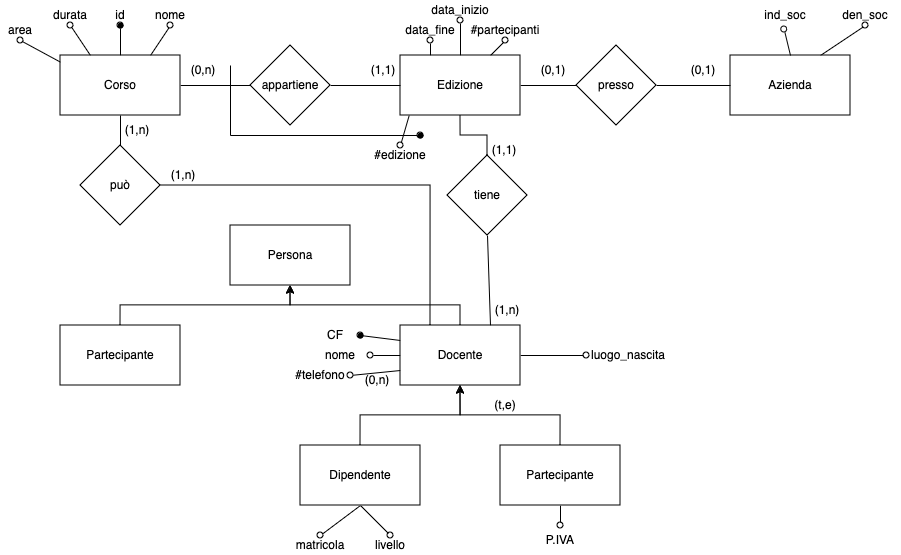
GekkeijuITA/BD keeps this draw.io diagram as Esercitazione2.drawio.png. Above is the earlier version. Source tidied: cells renumbered, new cells last; positions are measured from the earlier drawing's top-left corner, leaving out a move shared by most shapes.
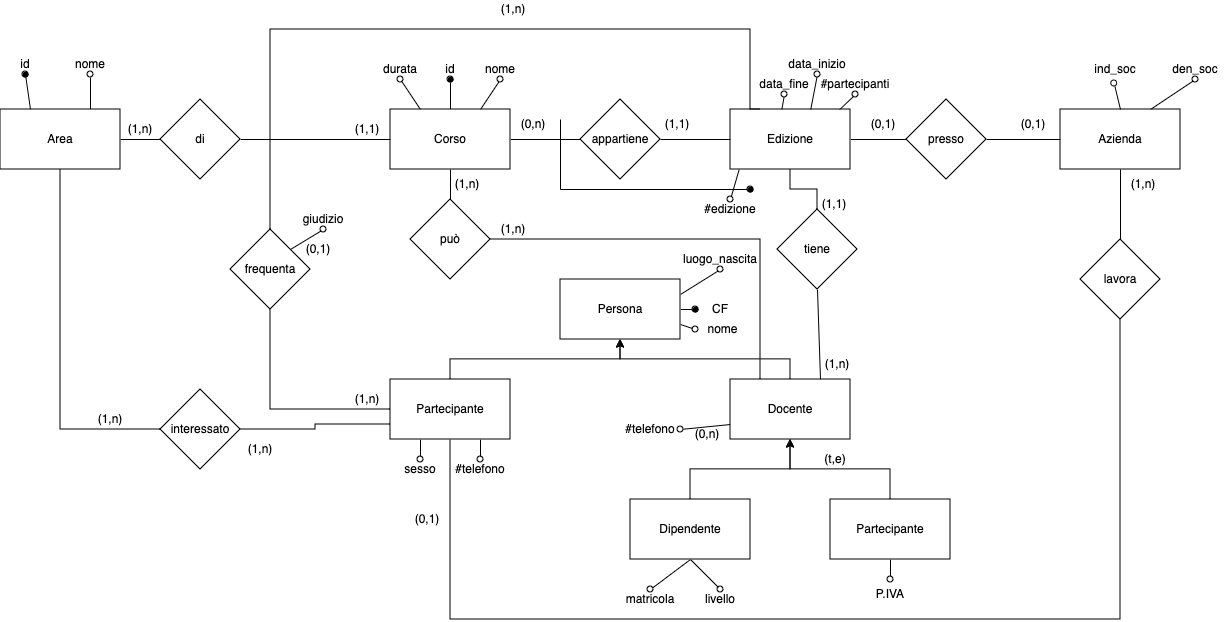
After the commit.

What changed in the source:
```diff
@@ -5,16 +5,36 @@
     <mxCell id="2" style="edgeStyle=orthogonalEdgeStyle;rounded=0;jettySize=auto;html=1;exitX=0.5;exitY=0;exitDx=0;exitDy=0;entryX=0.5;entryY=1;entryDx=0;entryDy=0;" parent="1" edge="1" source="3" target="24">
       <mxGeometry relative="1" as="geometry" />
     </mxCell>
+    <mxCell id="72" style="rounded=0;jettySize=auto;html=1;exitX=0.75;exitY=1;exitDx=0;exitDy=0;entryX=0.5;entryY=0;entryDx=0;entryDy=0;endArrow=oval;endFill=0;" parent="1" edge="1" source="3" target="77">
+      <mxGeometry relative="1" as="geometry" />
+    </mxCell>
+    <mxCell id="73" style="edgeStyle=orthogonalEdgeStyle;rounded=0;jettySize=auto;html=1;exitX=0.25;exitY=1;exitDx=0;exitDy=0;entryX=0.5;entryY=0;entryDx=0;entryDy=0;endArrow=oval;endFill=0;" parent="1" edge="1" source="3" target="78">
+      <mxGeometry relative="1" as="geometry" />
+    </mxCell>
+    <mxCell id="74" style="edgeStyle=orthogonalEdgeStyle;rounded=0;jettySize=auto;html=1;exitX=0;exitY=0.5;exitDx=0;exitDy=0;entryX=0.5;entryY=1;entryDx=0;entryDy=0;endArrow=none;endFill=0;" parent="1" edge="1" source="3" target="81">
+      <mxGeometry relative="1" as="geometry" />
+    </mxCell>
+    <mxCell id="75" style="edgeStyle=orthogonalEdgeStyle;rounded=0;jettySize=auto;html=1;exitX=0.5;exitY=1;exitDx=0;exitDy=0;entryX=0.5;entryY=1;entryDx=0;entryDy=0;endArrow=none;endFill=0;" parent="1" edge="1" source="3" target="83">
+      <mxGeometry relative="1" as="geometry">
+        <Array as="points">
+          <mxPoint x="120" y="565" />
+          <mxPoint x="790" y="565" />
+        </Array>
+      </mxGeometry>
+    </mxCell>
+    <mxCell id="76" style="edgeStyle=orthogonalEdgeStyle;rounded=0;jettySize=auto;html=1;exitX=0;exitY=0.75;exitDx=0;exitDy=0;entryX=1;entryY=0.5;entryDx=0;entryDy=0;endArrow=none;endFill=0;" parent="1" edge="1" source="3" target="101">
+      <mxGeometry relative="1" as="geometry" />
+    </mxCell>
     <mxCell id="3" value="Partecipante" style="rounded=0;whiteSpace=wrap;html=1;" parent="1" vertex="1">
       <mxGeometry x="60" y="325" width="120" height="60" as="geometry" />
     </mxCell>
-    <mxCell id="4" style="rounded=0;jettySize=auto;html=1;exitX=0.25;exitY=0;exitDx=0;exitDy=0;entryX=0.5;entryY=1;entryDx=0;entryDy=0;endArrow=oval;endFill=0;" parent="1" edge="1" source="9" target="33">
+    <mxCell id="4" style="rounded=0;jettySize=auto;html=1;exitX=0.428;exitY=0;exitDx=0;exitDy=0;entryX=0.5;entryY=1;entryDx=0;entryDy=0;endArrow=oval;endFill=0;exitPerimeter=0;" parent="1" edge="1" source="9" target="33">
       <mxGeometry relative="1" as="geometry" />
     </mxCell>
-    <mxCell id="5" style="rounded=0;jettySize=auto;html=1;exitX=0.5;exitY=0;exitDx=0;exitDy=0;entryX=0.5;entryY=1;entryDx=0;entryDy=0;endArrow=oval;endFill=0;" parent="1" edge="1" source="9" target="32">
+    <mxCell id="5" style="rounded=0;jettySize=auto;html=1;exitX=0.668;exitY=0.008;exitDx=0;exitDy=0;entryX=0.5;entryY=1;entryDx=0;entryDy=0;endArrow=oval;endFill=0;exitPerimeter=0;" parent="1" edge="1" source="9" target="32">
       <mxGeometry relative="1" as="geometry" />
     </mxCell>
-    <mxCell id="6" style="rounded=0;jettySize=auto;html=1;exitX=0.75;exitY=0;exitDx=0;exitDy=0;entryX=0.5;entryY=1;entryDx=0;entryDy=0;endArrow=oval;endFill=0;" parent="1" edge="1" source="9" target="34">
+    <mxCell id="6" style="rounded=0;jettySize=auto;html=1;exitX=0.907;exitY=0.008;exitDx=0;exitDy=0;entryX=0.5;entryY=1;entryDx=0;entryDy=0;endArrow=oval;endFill=0;exitPerimeter=0;" parent="1" edge="1" source="9" target="34">
       <mxGeometry relative="1" as="geometry" />
     </mxCell>
     <mxCell id="7" style="rounded=0;jettySize=auto;html=1;exitX=0.073;exitY=0.996;exitDx=0;exitDy=0;entryX=0.5;entryY=0;entryDx=0;entryDy=0;endArrow=oval;endFill=0;exitPerimeter=0;" parent="1" edge="1" source="9" target="39">
@@ -38,22 +58,19 @@
     <mxCell id="13" style="rounded=0;jettySize=auto;html=1;exitX=0.75;exitY=0;exitDx=0;exitDy=0;entryX=0.5;entryY=1;entryDx=0;entryDy=0;endArrow=oval;endFill=0;" parent="1" edge="1" source="15" target="26">
       <mxGeometry relative="1" as="geometry" />
     </mxCell>
-    <mxCell id="14" style="rounded=0;jettySize=auto;html=1;exitX=0.001;exitY=0.112;exitDx=0;exitDy=0;entryX=0.5;entryY=1;entryDx=0;entryDy=0;endArrow=oval;endFill=0;exitPerimeter=0;" parent="1" edge="1" source="15" target="35">
-      <mxGeometry relative="1" as="geometry" />
-    </mxCell>
     <mxCell id="15" value="Corso" style="rounded=0;whiteSpace=wrap;html=1;" parent="1" vertex="1">
       <mxGeometry x="60" y="55" width="120" height="60" as="geometry" />
     </mxCell>
     <mxCell id="16" style="edgeStyle=orthogonalEdgeStyle;rounded=0;jettySize=auto;html=1;exitX=0.5;exitY=0;exitDx=0;exitDy=0;entryX=0.5;entryY=1;entryDx=0;entryDy=0;" parent="1" edge="1" source="23" target="24">
       <mxGeometry relative="1" as="geometry" />
     </mxCell>
-    <mxCell id="17" style="rounded=0;jettySize=auto;html=1;entryX=1;entryY=0.5;entryDx=0;entryDy=0;endArrow=oval;endFill=1;exitX=0;exitY=0.25;exitDx=0;exitDy=0;" parent="1" edge="1" source="23" target="42">
+    <mxCell id="17" style="rounded=0;jettySize=auto;html=1;entryX=0;entryY=0.5;entryDx=0;entryDy=0;endArrow=oval;endFill=1;exitX=1;exitY=0.5;exitDx=0;exitDy=0;" parent="1" edge="1" source="24" target="42">
       <mxGeometry relative="1" as="geometry" />
     </mxCell>
     <mxCell id="18" style="rounded=0;jettySize=auto;html=1;exitX=0;exitY=0.75;exitDx=0;exitDy=0;entryX=1;entryY=0.5;entryDx=0;entryDy=0;endArrow=oval;endFill=0;" parent="1" edge="1" source="23" target="44">
       <mxGeometry relative="1" as="geometry" />
     </mxCell>
-    <mxCell id="19" style="rounded=0;jettySize=auto;html=1;exitX=0;exitY=0.5;exitDx=0;exitDy=0;entryX=1;entryY=0.5;entryDx=0;entryDy=0;endArrow=oval;endFill=0;" parent="1" edge="1" source="23" target="43">
+    <mxCell id="19" style="rounded=0;jettySize=auto;html=1;exitX=1;exitY=0.75;exitDx=0;exitDy=0;entryX=0;entryY=0.5;entryDx=0;entryDy=0;endArrow=oval;endFill=0;" parent="1" edge="1" source="24" target="43">
       <mxGeometry relative="1" as="geometry" />
     </mxCell>
     <mxCell id="20" style="rounded=0;jettySize=auto;html=1;exitX=0.75;exitY=0;exitDx=0;exitDy=0;entryX=0.5;entryY=1;entryDx=0;entryDy=0;endArrow=none;endFill=0;" parent="1" edge="1" source="23" target="46">
@@ -66,7 +83,7 @@
         </Array>
       </mxGeometry>
     </mxCell>
-    <mxCell id="22" style="edgeStyle=orthogonalEdgeStyle;rounded=0;jettySize=auto;html=1;exitX=1;exitY=0.5;exitDx=0;exitDy=0;entryX=0;entryY=0.5;entryDx=0;entryDy=0;endArrow=oval;endFill=0;" parent="1" edge="1" source="23" target="69">
+    <mxCell id="22" style="rounded=0;jettySize=auto;html=1;exitX=1;exitY=0.25;exitDx=0;exitDy=0;entryX=0.5;entryY=1;entryDx=0;entryDy=0;endArrow=oval;endFill=0;" parent="1" edge="1" source="24" target="69">
       <mxGeometry relative="1" as="geometry" />
     </mxCell>
     <mxCell id="23" value="Docente" style="rounded=0;whiteSpace=wrap;html=1;" parent="1" vertex="1">
@@ -94,20 +111,17 @@
       <mxGeometry x="180" y="55" width="46" height="30" as="geometry" />
     </mxCell>
     <mxCell id="31" value="(1,1)" style="text;html=1;align=center;verticalAlign=middle;whiteSpace=wrap;rounded=0;" parent="1" vertex="1">
-      <mxGeometry x="360" y="55" width="46" height="30" as="geometry" />
+      <mxGeometry x="324" y="55" width="46" height="30" as="geometry" />
     </mxCell>
     <mxCell id="32" value="data_inizio" style="text;html=1;align=center;verticalAlign=middle;whiteSpace=wrap;rounded=0;" parent="1" vertex="1">
-      <mxGeometry x="430" width="60" height="20" as="geometry" />
+      <mxGeometry x="457" width="60" height="20" as="geometry" />
     </mxCell>
     <mxCell id="33" value="data_fine" style="text;html=1;align=center;verticalAlign=middle;whiteSpace=wrap;rounded=0;" parent="1" vertex="1">
-      <mxGeometry x="400" y="20" width="60" height="20" as="geometry" />
+      <mxGeometry x="424" y="20" width="60" height="20" as="geometry" />
     </mxCell>
     <mxCell id="34" value="#partecipanti" style="text;html=1;align=center;verticalAlign=middle;whiteSpace=wrap;rounded=0;" parent="1" vertex="1">
-      <mxGeometry x="470" y="20" width="70" height="20" as="geometry" />
+      <mxGeometry x="490" y="20" width="70" height="20" as="geometry" />
     </mxCell>
-    <mxCell id="35" value="area" style="text;html=1;align=center;verticalAlign=middle;whiteSpace=wrap;rounded=0;" parent="1" vertex="1">
-      <mxGeometry y="20" width="40" height="20" as="geometry" />
-    </mxCell>
     <mxCell id="36" value="ind_soc" style="text;html=1;align=center;verticalAlign=middle;whiteSpace=wrap;rounded=0;" parent="1" vertex="1">
       <mxGeometry x="750" y="5" width="70" height="20" as="geometry" />
     </mxCell>
@@ -133,10 +147,10 @@
       </mxGeometry>
     </mxCell>
     <mxCell id="42" value="CF" style="text;html=1;align=center;verticalAlign=middle;whiteSpace=wrap;rounded=0;" parent="1" vertex="1">
-      <mxGeometry x="310" y="325" width="50" height="20" as="geometry" />
+      <mxGeometry x="365" y="245" width="50" height="20" as="geometry" />
     </mxCell>
     <mxCell id="43" value="nome" style="text;html=1;align=center;verticalAlign=middle;whiteSpace=wrap;rounded=0;" parent="1" vertex="1">
-      <mxGeometry x="310" y="345" width="60" height="20" as="geometry" />
+      <mxGeometry x="365" y="265" width="55" height="20" as="geometry" />
     </mxCell>
     <mxCell id="44" value="#telefono" style="text;html=1;align=center;verticalAlign=middle;whiteSpace=wrap;rounded=0;" parent="1" vertex="1">
       <mxGeometry x="290" y="365" width="60" height="20" as="geometry" />
@@ -214,7 +228,7 @@
       <mxGeometry x="530" y="525" width="60" height="30" as="geometry" />
     </mxCell>
     <mxCell id="69" value="luogo_nascita" style="text;html=1;align=center;verticalAlign=middle;whiteSpace=wrap;rounded=0;" parent="1" vertex="1">
-      <mxGeometry x="586" y="345" width="84" height="20" as="geometry" />
+      <mxGeometry x="348" y="195" width="84" height="20" as="geometry" />
     </mxCell>
     <mxCell id="70" value="(t,e)" style="text;html=1;align=center;verticalAlign=middle;whiteSpace=wrap;rounded=0;" parent="1" vertex="1">
       <mxGeometry x="475" y="395" width="60" height="20" as="geometry" />
@@ -222,5 +236,92 @@
     <mxCell id="71" value="(0,n)" style="text;html=1;align=center;verticalAlign=middle;whiteSpace=wrap;rounded=0;" parent="1" vertex="1">
       <mxGeometry x="354" y="365" width="46" height="30" as="geometry" />
     </mxCell>
+    <mxCell id="77" value="#telefono" style="text;html=1;align=center;verticalAlign=middle;whiteSpace=wrap;rounded=0;" parent="1" vertex="1">
+      <mxGeometry x="120" y="405" width="60" height="20" as="geometry" />
+    </mxCell>
+    <mxCell id="78" value="sesso" style="text;html=1;align=center;verticalAlign=middle;whiteSpace=wrap;rounded=0;" parent="1" vertex="1">
+      <mxGeometry x="60" y="405" width="60" height="20" as="geometry" />
+    </mxCell>
+    <mxCell id="79" style="edgeStyle=orthogonalEdgeStyle;rounded=0;jettySize=auto;html=1;exitX=0.5;exitY=0;exitDx=0;exitDy=0;entryX=0.25;entryY=0;entryDx=0;entryDy=0;endArrow=none;endFill=0;" parent="1" edge="1" source="81" target="9">
+      <mxGeometry relative="1" as="geometry">
+        <Array as="points">
+          <mxPoint x="-60" y="-25" />
+          <mxPoint x="420" y="-25" />
+          <mxPoint x="420" y="55" />
+        </Array>
+      </mxGeometry>
+    </mxCell>
+    <mxCell id="80" style="rounded=0;jettySize=auto;html=1;exitX=1;exitY=0;exitDx=0;exitDy=0;entryX=0.5;entryY=1;entryDx=0;entryDy=0;endArrow=oval;endFill=0;" parent="1" edge="1" source="81" target="88">
+      <mxGeometry relative="1" as="geometry" />
+    </mxCell>
+    <mxCell id="81" value="frequenta" style="rhombus;whiteSpace=wrap;html=1;" parent="1" vertex="1">
+      <mxGeometry x="-100" y="175" width="80" height="80" as="geometry" />
+    </mxCell>
+    <mxCell id="82" style="edgeStyle=orthogonalEdgeStyle;rounded=0;jettySize=auto;html=1;exitX=0.5;exitY=0;exitDx=0;exitDy=0;entryX=0.5;entryY=1;entryDx=0;entryDy=0;endArrow=none;endFill=0;" parent="1" edge="1" source="83" target="50">
+      <mxGeometry relative="1" as="geometry" />
+    </mxCell>
+    <mxCell id="83" value="lavora" style="rhombus;whiteSpace=wrap;html=1;" parent="1" vertex="1">
+      <mxGeometry x="750" y="185" width="80" height="80" as="geometry" />
+    </mxCell>
+    <mxCell id="84" value="(1,n)" style="text;html=1;align=center;verticalAlign=middle;whiteSpace=wrap;rounded=0;" parent="1" vertex="1">
+      <mxGeometry x="790" y="120" width="46" height="20" as="geometry" />
+    </mxCell>
+    <mxCell id="85" value="(0,1)" style="text;html=1;align=center;verticalAlign=middle;whiteSpace=wrap;rounded=0;" parent="1" vertex="1">
+      <mxGeometry x="74" y="455" width="46" height="20" as="geometry" />
+    </mxCell>
+    <mxCell id="86" value="(1,n)" style="text;html=1;align=center;verticalAlign=middle;whiteSpace=wrap;rounded=0;" parent="1" vertex="1">
+      <mxGeometry x="14" y="335" width="46" height="20" as="geometry" />
+    </mxCell>
+    <mxCell id="87" value="(1,n)" style="text;html=1;align=center;verticalAlign=middle;whiteSpace=wrap;rounded=0;" parent="1" vertex="1">
+      <mxGeometry x="160" y="-55" width="46" height="20" as="geometry" />
+    </mxCell>
+    <mxCell id="88" value="giudizio" style="text;html=1;align=center;verticalAlign=middle;whiteSpace=wrap;rounded=0;" parent="1" vertex="1">
+      <mxGeometry x="-40" y="155" width="66" height="20" as="geometry" />
+    </mxCell>
+    <mxCell id="89" value="(0,1)" style="text;html=1;align=center;verticalAlign=middle;whiteSpace=wrap;rounded=0;" parent="1" vertex="1">
+      <mxGeometry x="-30" y="185" width="36" height="20" as="geometry" />
+    </mxCell>
+    <mxCell id="90" style="rounded=0;jettySize=auto;html=1;exitX=0.25;exitY=0;exitDx=0;exitDy=0;entryX=0.5;entryY=1;entryDx=0;entryDy=0;endArrow=oval;endFill=1;" parent="1" edge="1" source="93" target="94">
+      <mxGeometry relative="1" as="geometry" />
+    </mxCell>
+    <mxCell id="91" style="rounded=0;jettySize=auto;html=1;exitX=0.75;exitY=0;exitDx=0;exitDy=0;entryX=0.5;entryY=1;entryDx=0;entryDy=0;endArrow=oval;endFill=0;" parent="1" edge="1" source="93" target="95">
+      <mxGeometry relative="1" as="geometry" />
+    </mxCell>
+    <mxCell id="92" style="rounded=0;jettySize=auto;html=1;exitX=1;exitY=0.5;exitDx=0;exitDy=0;entryX=0;entryY=0.5;entryDx=0;entryDy=0;endArrow=none;endFill=0;" parent="1" edge="1" source="93" target="97">
+      <mxGeometry relative="1" as="geometry" />
+    </mxCell>
+    <mxCell id="93" value="Area" style="rounded=0;whiteSpace=wrap;html=1;" parent="1" vertex="1">
+      <mxGeometry x="-330" y="55" width="120" height="60" as="geometry" />
+    </mxCell>
+    <mxCell id="94" value="id" style="text;html=1;align=center;verticalAlign=middle;whiteSpace=wrap;rounded=0;" parent="1" vertex="1">
+      <mxGeometry x="-320" width="30" height="20" as="geometry" />
+    </mxCell>
+    <mxCell id="95" value="nome" style="text;html=1;align=center;verticalAlign=middle;whiteSpace=wrap;rounded=0;" parent="1" vertex="1">
+      <mxGeometry x="-260" width="40" height="20" as="geometry" />
+    </mxCell>
+    <mxCell id="96" style="edgeStyle=orthogonalEdgeStyle;rounded=0;jettySize=auto;html=1;exitX=1;exitY=0.5;exitDx=0;exitDy=0;entryX=0;entryY=0.5;entryDx=0;entryDy=0;endArrow=none;endFill=0;" parent="1" edge="1" source="97" target="15">
+      <mxGeometry relative="1" as="geometry" />
+    </mxCell>
+    <mxCell id="97" value="di" style="rhombus;whiteSpace=wrap;html=1;" parent="1" vertex="1">
+      <mxGeometry x="-170" y="45" width="80" height="80" as="geometry" />
+    </mxCell>
+    <mxCell id="98" value="(1,1)" style="text;html=1;align=center;verticalAlign=middle;whiteSpace=wrap;rounded=0;" parent="1" vertex="1">
+      <mxGeometry x="17" y="65" width="40" height="20" as="geometry" />
+    </mxCell>
+    <mxCell id="99" value="(1,n)" style="text;html=1;align=center;verticalAlign=middle;whiteSpace=wrap;rounded=0;" parent="1" vertex="1">
+      <mxGeometry x="-210" y="65" width="40" height="20" as="geometry" />
+    </mxCell>
+    <mxCell id="100" style="edgeStyle=orthogonalEdgeStyle;rounded=0;jettySize=auto;html=1;exitX=0;exitY=0.5;exitDx=0;exitDy=0;entryX=0.5;entryY=1;entryDx=0;entryDy=0;endArrow=none;endFill=0;" parent="1" edge="1" source="101" target="93">
+      <mxGeometry relative="1" as="geometry" />
+    </mxCell>
+    <mxCell id="101" value="interessato" style="rhombus;whiteSpace=wrap;html=1;" parent="1" vertex="1">
+      <mxGeometry x="-170" y="335" width="80" height="80" as="geometry" />
+    </mxCell>
+    <mxCell id="102" value="(1,n)" style="text;html=1;align=center;verticalAlign=middle;whiteSpace=wrap;rounded=0;" parent="1" vertex="1">
+      <mxGeometry x="-90" y="385" width="40" height="20" as="geometry" />
+    </mxCell>
+    <mxCell id="103" value="(1,n)" style="text;html=1;align=center;verticalAlign=middle;whiteSpace=wrap;rounded=0;" parent="1" vertex="1">
+      <mxGeometry x="-240" y="355" width="40" height="20" as="geometry" />
+    </mxCell>
   </root>
 </mxGraphModel>
```
